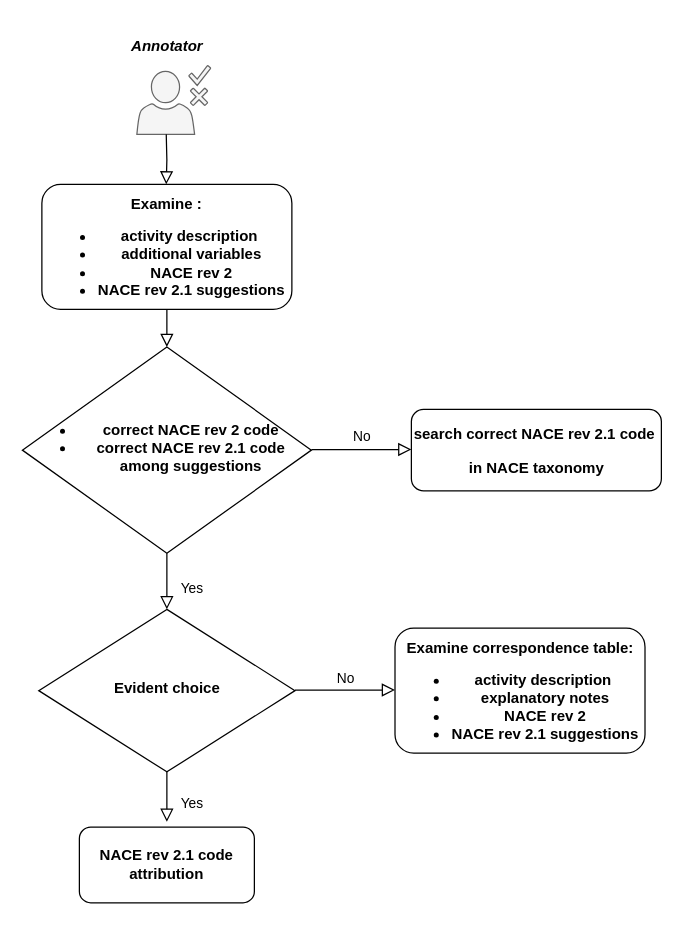
This is decision-tree-annotation.drawio from TheAIWizard/diagrams, a draw.io file, before an edit. Source tidied: cells renumbered, new cells numbered last; positions are measured from the earlier drawing's top-left corner, leaving out a move shared by most shapes. Both pictures are drawn from the tidied source at 125%, with x=0, y=0 at pixel (21, 28).
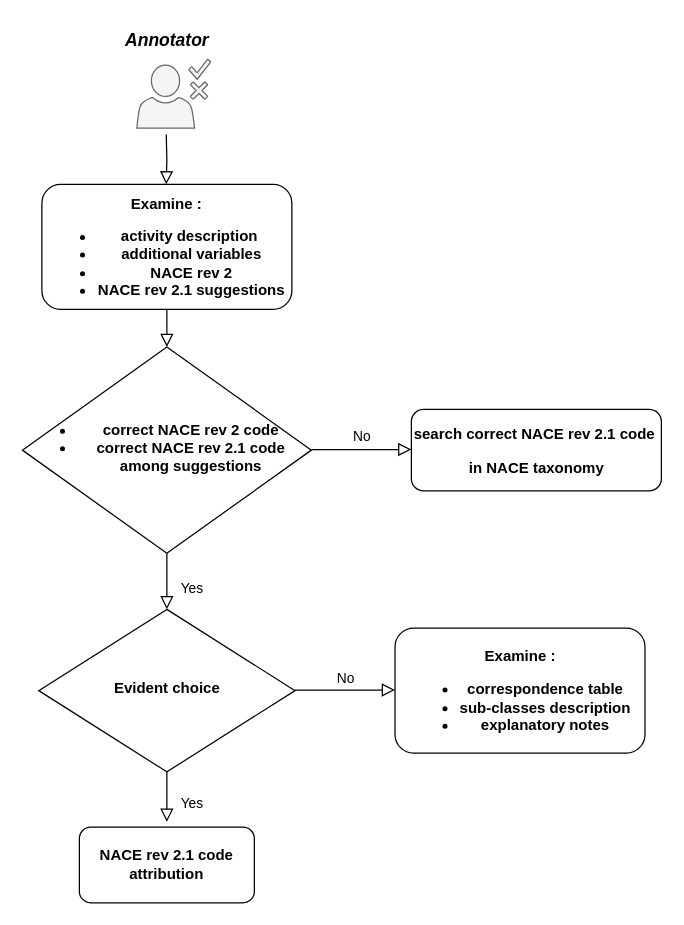
The same diagram, later.

Commit message (it also covers changes not shown here):
Mettre à jour decision-tree-annotation.drawio

What changed in the source:
```diff
@@
-    <mxCell id="10" value="&lt;p&gt;&lt;b style=&quot;&quot;&gt;&lt;font face=&quot;Work sans&quot;&gt;Examine correspondence table:&lt;/font&gt;&lt;/b&gt;&lt;/p&gt;&lt;p&gt;&lt;/p&gt;&lt;ul&gt;&lt;li&gt;&lt;b&gt;&lt;font face=&quot;MjLJa9koIwfA0tVDng4r&quot;&gt;activity description&amp;nbsp;&lt;/font&gt;&lt;/b&gt;&lt;/li&gt;&lt;li&gt;&lt;b style=&quot;background-color: initial;&quot;&gt;&lt;font face=&quot;MjLJa9koIwfA0tVDng4r&quot;&gt;explanatory notes&lt;/font&gt;&lt;/b&gt;&lt;/li&gt;&lt;li&gt;&lt;b style=&quot;background-color: initial;&quot;&gt;&lt;font face=&quot;MjLJa9koIwfA0tVDng4r&quot;&gt;NACE rev 2&lt;/font&gt;&lt;/b&gt;&lt;br&gt;&lt;/li&gt;&lt;li&gt;&lt;b style=&quot;&quot;&gt;&lt;font face=&quot;MjLJa9koIwfA0tVDng4r&quot;&gt;NACE rev 2.1 suggestions&lt;/font&gt;&lt;/b&gt;&lt;/li&gt;&lt;/ul&gt;&lt;p&gt;&lt;/p&gt;" style="rounded=1;whiteSpace=wrap;html=1;fontSize=12;glass=0;strokeWidth=1;shadow=0;" parent="1" vertex="1">
+    <mxCell id="10" value="&lt;p&gt;&lt;b style=&quot;&quot;&gt;&lt;font face=&quot;Work sans&quot;&gt;Examine :&lt;/font&gt;&lt;/b&gt;&lt;/p&gt;&lt;ul&gt;&lt;li&gt;&lt;b&gt;&lt;font face=&quot;MjLJa9koIwfA0tVDng4r&quot;&gt;&lt;b style=&quot;font-family: Helvetica;&quot;&gt;&lt;font face=&quot;Work sans&quot;&gt;correspondence table&lt;/font&gt;&lt;/b&gt;&lt;/font&gt;&lt;/b&gt;&lt;/li&gt;&lt;li&gt;&lt;b&gt;&lt;font face=&quot;MjLJa9koIwfA0tVDng4r&quot;&gt;sub-classes description&lt;/font&gt;&lt;/b&gt;&lt;/li&gt;&lt;li&gt;&lt;b style=&quot;background-color: initial;&quot;&gt;&lt;font face=&quot;MjLJa9koIwfA0tVDng4r&quot;&gt;explanatory notes&lt;/font&gt;&lt;/b&gt;&lt;/li&gt;&lt;/ul&gt;&lt;p&gt;&lt;/p&gt;" style="rounded=1;whiteSpace=wrap;html=1;fontSize=12;glass=0;strokeWidth=1;shadow=0;" parent="1" vertex="1">
       <mxGeometry x="298.5" y="480" width="200" height="100" as="geometry" />
     </mxCell>
@@
     <mxCell id="12" style="sketch=0;shadow=0;dashed=0;html=1;strokeColor=#666666;fillColor=#f5f5f5;labelPosition=center;verticalLabelPosition=bottom;verticalAlign=top;align=center;shape=mxgraph.office.users.approver;fontColor=#333333;" parent="1" vertex="1">
-      <mxGeometry x="92" y="30" width="59" height="55" as="geometry" />
+      <mxGeometry x="92" y="25" width="59" height="55" as="geometry" />
     </mxCell>
-    <mxCell id="13" value="&lt;font face=&quot;Work sans&quot;&gt;&lt;i&gt;&lt;b&gt;Annotator&lt;/b&gt;&lt;/i&gt;&lt;/font&gt;" style="text;html=1;align=center;verticalAlign=middle;strokeColor=none;fillColor=none;" parent="1" vertex="1">
-      <mxGeometry x="81" width="70" height="30" as="geometry" />
+    <mxCell id="13" value="&lt;font size=&quot;1&quot; face=&quot;Work sans&quot;&gt;&lt;i&gt;&lt;b style=&quot;font-size: 14px;&quot;&gt;Annotator&lt;/b&gt;&lt;/i&gt;&lt;/font&gt;" style="text;html=1;align=center;verticalAlign=middle;strokeColor=none;fillColor=none;" parent="1" vertex="1">
+      <mxGeometry x="76" y="-5" width="80" height="30" as="geometry" />
     </mxCell>
```
